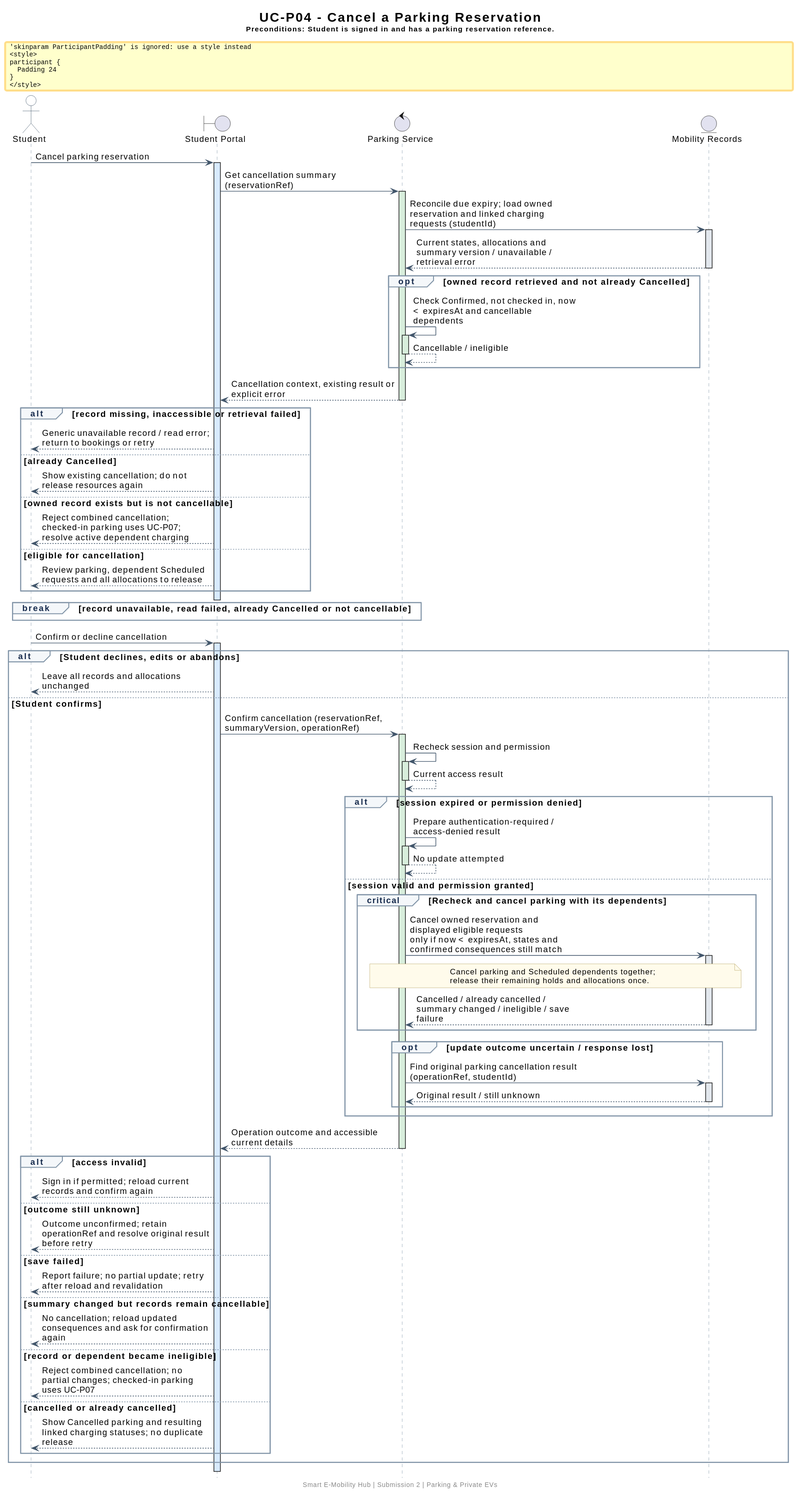
Earlier version of the PlantUML export docs/submission-2/sequence-diagrams/parking-private-ev/SD_CancelParkingReservation.svg (thanhpham1108/smart-e-mobility-hub). The source it was exported from:
```plantuml
@startuml
skinparam backgroundColor #FFFFFF
skinparam shadowing false
skinparam defaultFontName SansSerif
skinparam defaultFontSize 13
skinparam titleFontSize 20
skinparam maxMessageSize 260
skinparam ParticipantPadding 24
skinparam BoxPadding 12
skinparam sequence {
  ArrowColor #42566B
  LifeLineBorderColor #8295A8
  LifeLineBackgroundColor #D8EAFE
  ActivationBorderColor #42566B
  ParticipantBorderColor #42566B
  ParticipantBackgroundColor #E8F1FA
  ParticipantFontColor #172B4D
  ActorBorderColor #42566B
  ActorBackgroundColor #FFFFFF
  GroupBorderColor #8295A8
  GroupBackgroundColor #F4F7FA
  GroupHeaderFontColor #172B4D
  DividerBackgroundColor #E8F1FA
  DividerBorderColor #8295A8
}
skinparam note {
  BackgroundColor #FFFBEB
  BorderColor #BBA86A
  FontSize 12
}
hide footbox
title
UC-P04 - Cancel a Parking Reservation
<size:11>Preconditions: Student is signed in and has a parking reservation reference.</size>
end title
actor Student as ST
boundary "Student Portal" as UI
control "Parking Service" as SVC
entity "Mobility Records" as DATA

ST -> UI: Cancel parking reservation
activate UI #D8EAFE
UI -> SVC: Get cancellation summary (reservationRef)
activate SVC #D8EEDC
SVC -> DATA: Reconcile due expiry; load owned reservation and linked charging requests (studentId)
activate DATA #E2E7ED
DATA --> SVC: Current states, allocations and summary version / unavailable / retrieval error
deactivate DATA
opt owned record retrieved and not already Cancelled
SVC -> SVC: Check Confirmed, not checked in, now < expiresAt and cancellable dependents
activate SVC #D8EEDC
SVC --> SVC: Cancellable / ineligible
deactivate SVC
end
SVC --> UI: Cancellation context, existing result or explicit error
deactivate SVC
alt record missing, inaccessible or retrieval failed
UI --> ST: Generic unavailable record / read error; return to bookings or retry
else already Cancelled
UI --> ST: Show existing cancellation; do not release resources again
else owned record exists but is not cancellable
UI --> ST: Reject combined cancellation; checked-in parking uses UC-P07; resolve active dependent charging
else eligible for cancellation
UI --> ST: Review parking, dependent Scheduled requests and all allocations to release
end
deactivate UI
break record unavailable, read failed, already Cancelled or not cancellable

end

ST -> UI: Confirm or decline cancellation
activate UI #D8EAFE
alt Student declines, edits or abandons
UI --> ST: Leave all records and allocations unchanged
else Student confirms
UI -> SVC: Confirm cancellation (reservationRef, summaryVersion, operationRef)
activate SVC #D8EEDC
SVC -> SVC: Recheck session and permission
activate SVC #D8EEDC
SVC --> SVC: Current access result
deactivate SVC
alt session expired or permission denied
SVC -> SVC: Prepare authentication-required / access-denied result
activate SVC #D8EEDC
SVC --> SVC: No update attempted
deactivate SVC
else session valid and permission granted
critical Recheck and cancel parking with its dependents
SVC -> DATA: Cancel owned reservation and displayed eligible requests\nonly if now < expiresAt, states and confirmed consequences still match
activate DATA #E2E7ED
note over SVC,DATA
  Cancel parking and Scheduled dependents together;
  release their remaining holds and allocations once.
end note
DATA --> SVC: Cancelled / already cancelled / summary changed / ineligible / save failure
deactivate DATA
end
opt update outcome uncertain / response lost
SVC -> DATA: Find original parking cancellation result (operationRef, studentId)
activate DATA #E2E7ED
DATA --> SVC: Original result / still unknown
deactivate DATA
end
end
SVC --> UI: Operation outcome and accessible current details
deactivate SVC
alt access invalid
UI --> ST: Sign in if permitted; reload current records and confirm again
else outcome still unknown
UI --> ST: Outcome unconfirmed; retain operationRef and resolve original result before retry
else save failed
UI --> ST: Report failure; no partial update; retry after reload and revalidation
else summary changed but records remain cancellable
UI --> ST: No cancellation; reload updated consequences and ask for confirmation again
else record or dependent became ineligible
UI --> ST: Reject combined cancellation; no partial changes; checked-in parking uses UC-P07
else cancelled or already cancelled
UI --> ST: Show Cancelled parking and resulting linked charging statuses; no duplicate release
end
end
deactivate UI

footer Smart E-Mobility Hub | Submission 2 | Parking & Private EVs
@enduml
```
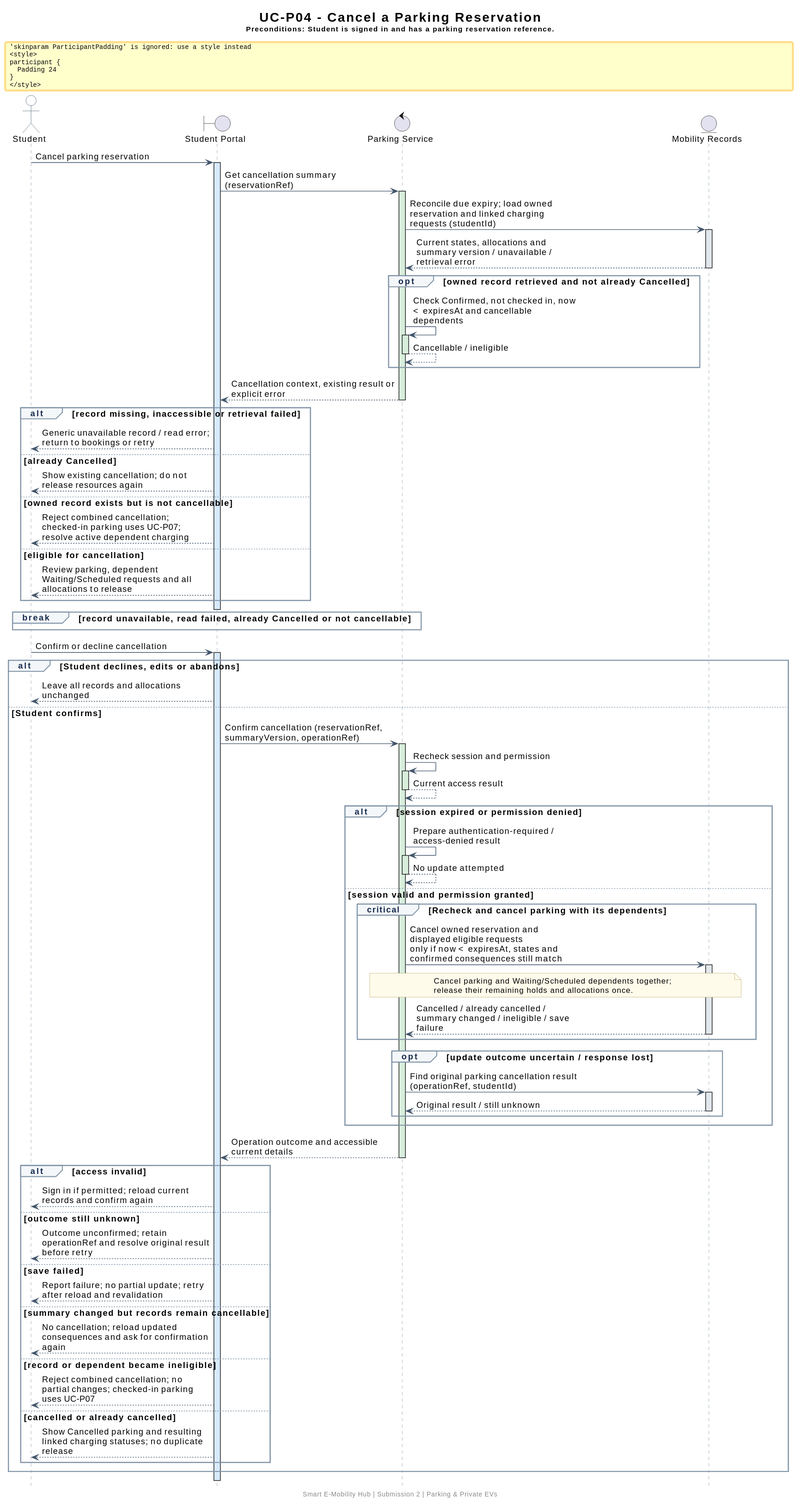
The same file after the commit.

What changed in the source:
```diff
@@ -1,6 +1,7 @@
 @startuml
 skinparam backgroundColor #FFFFFF
 skinparam shadowing false
+skinparam linetype ortho
 skinparam defaultFontName SansSerif
 skinparam defaultFontSize 13
 skinparam titleFontSize 20
@@ -61,7 +62,7 @@
 else owned record exists but is not cancellable
 UI --> ST: Reject combined cancellation; checked-in parking uses UC-P07; resolve active dependent charging
 else eligible for cancellation
-UI --> ST: Review parking, dependent Scheduled requests and all allocations to release
+UI --> ST: Review parking, dependent Waiting/Scheduled requests and all allocations to release
 end
 deactivate UI
 break record unavailable, read failed, already Cancelled or not cancellable
@@ -89,7 +90,7 @@
 SVC -> DATA: Cancel owned reservation and displayed eligible requests\nonly if now < expiresAt, states and confirmed consequences still match
 activate DATA #E2E7ED
 note over SVC,DATA
-  Cancel parking and Scheduled dependents together;
+  Cancel parking and Waiting/Scheduled dependents together;
   release their remaining holds and allocations once.
 end note
 DATA --> SVC: Cancelled / already cancelled / summary changed / ineligible / save failure
```
